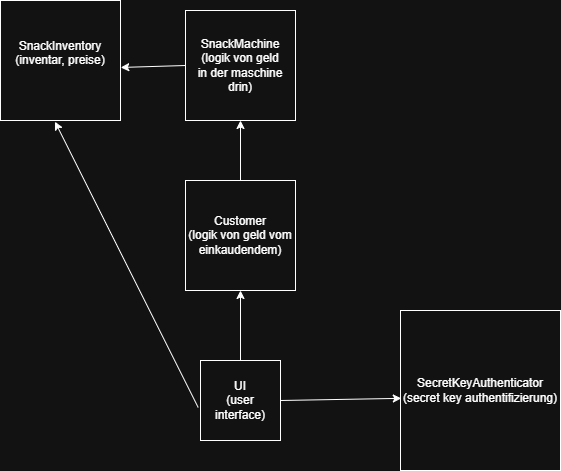
ny-julian-g/gruppe2_vendingmachine keeps this draw.io diagram as diagram.drawio (2).png. Above is the earlier version. Source tidied: cells renumbered, new cells last; positions are measured from the earlier drawing's top-left corner, leaving out a move shared by most shapes. Source of this version:
```xml
<mxGraphModel>
  <root>
    <mxCell id="0" />
    <mxCell id="1" parent="0" />
    <mxCell id="2" value="UI&lt;br&gt;(user interface)" style="whiteSpace=wrap;html=1;" parent="1" vertex="1">
      <mxGeometry x="200" y="360" width="80" height="80" as="geometry" />
    </mxCell>
    <mxCell id="3" value="SnackMachine&lt;br&gt;(logik von geld&lt;div&gt;in der maschine drin)&lt;/div&gt;" style="whiteSpace=wrap;html=1;" parent="1" vertex="1">
      <mxGeometry x="185" y="10" width="110" height="110" as="geometry" />
    </mxCell>
    <mxCell id="4" value="SnackInventory&lt;div&gt;(inventar, preise)&lt;br&gt;&lt;div&gt;&lt;br&gt;&lt;/div&gt;&lt;/div&gt;" style="whiteSpace=wrap;html=1;" parent="1" vertex="1">
      <mxGeometry width="120" height="120" as="geometry" />
    </mxCell>
    <mxCell id="5" value="SecretKeyAuthenticator&lt;div&gt;(secret key authentifizierung)&lt;/div&gt;" style="whiteSpace=wrap;html=1;" parent="1" vertex="1">
      <mxGeometry x="400" y="310" width="160" height="160" as="geometry" />
    </mxCell>
    <mxCell id="6" value="Customer&lt;div&gt;(logik von geld vom einkaudendem)&lt;/div&gt;" style="whiteSpace=wrap;html=1;" parent="1" vertex="1">
      <mxGeometry x="185" y="180" width="110" height="110" as="geometry" />
    </mxCell>
    <mxCell id="7" style="endArrow=classic;html=1;rounded=0;entryX=0.5;entryY=1;entryDx=0;entryDy=0;exitX=0.5;exitY=0;exitDx=0;exitDy=0;" parent="1" edge="1" source="2" target="6">
      <mxGeometry relative="1" as="geometry" />
    </mxCell>
    <mxCell id="8" style="endArrow=classic;html=1;rounded=0;exitX=0.5;exitY=0;exitDx=0;exitDy=0;entryX=0.5;entryY=1;entryDx=0;entryDy=0;" parent="1" edge="1" source="6" target="3">
      <mxGeometry relative="1" as="geometry" />
    </mxCell>
    <mxCell id="9" style="endArrow=classic;html=1;rounded=0;exitX=0;exitY=0.5;exitDx=0;exitDy=0;entryX=1.002;entryY=0.558;entryDx=0;entryDy=0;entryPerimeter=0;" parent="1" edge="1" source="3" target="4">
      <mxGeometry relative="1" as="geometry" />
    </mxCell>
    <mxCell id="10" style="endArrow=classic;html=1;rounded=0;exitX=1;exitY=0.5;exitDx=0;exitDy=0;entryX=0.005;entryY=0.549;entryDx=0;entryDy=0;entryPerimeter=0;" parent="1" edge="1" source="2" target="5">
      <mxGeometry relative="1" as="geometry" />
    </mxCell>
    <mxCell id="11" style="endArrow=classic;html=1;rounded=0;exitX=-0.029;exitY=0.587;exitDx=0;exitDy=0;exitPerimeter=0;entryX=0.454;entryY=1.01;entryDx=0;entryDy=0;entryPerimeter=0;" parent="1" edge="1" source="2" target="4">
      <mxGeometry relative="1" as="geometry" />
    </mxCell>
  </root>
</mxGraphModel>
```
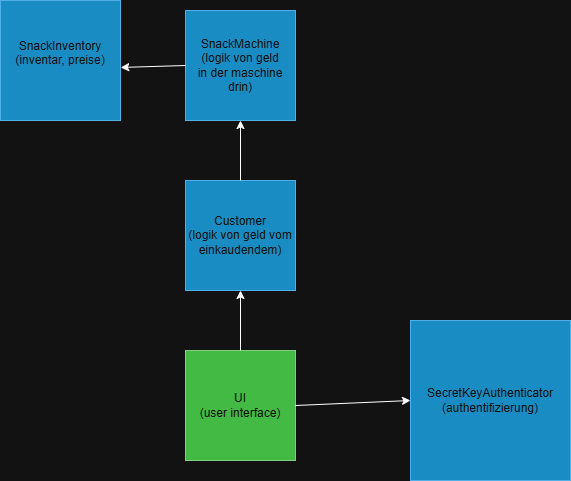
The same diagram one commit later.

Commit message:
update UML diagram

Change to the diagram source:
```diff
@@ -2,19 +2,19 @@
   <root>
     <mxCell id="0" />
     <mxCell id="1" parent="0" />
-    <mxCell id="2" value="UI&lt;br&gt;(user interface)" style="whiteSpace=wrap;html=1;" parent="1" vertex="1">
-      <mxGeometry x="200" y="360" width="80" height="80" as="geometry" />
+    <mxCell id="2" value="UI&lt;br&gt;(user interface)" style="whiteSpace=wrap;html=1;fillColor=#008a00;fontColor=#ffffff;strokeColor=#005700;" parent="1" vertex="1">
+      <mxGeometry x="185" y="350" width="110" height="110" as="geometry" />
     </mxCell>
-    <mxCell id="3" value="SnackMachine&lt;br&gt;(logik von geld&lt;div&gt;in der maschine drin)&lt;/div&gt;" style="whiteSpace=wrap;html=1;" parent="1" vertex="1">
+    <mxCell id="3" value="SnackMachine&lt;br&gt;(logik von geld&lt;div&gt;in der maschine drin)&lt;/div&gt;" style="whiteSpace=wrap;html=1;fillColor=#1ba1e2;fontColor=#ffffff;strokeColor=#006EAF;" parent="1" vertex="1">
       <mxGeometry x="185" y="10" width="110" height="110" as="geometry" />
     </mxCell>
-    <mxCell id="4" value="SnackInventory&lt;div&gt;(inventar, preise)&lt;br&gt;&lt;div&gt;&lt;br&gt;&lt;/div&gt;&lt;/div&gt;" style="whiteSpace=wrap;html=1;" parent="1" vertex="1">
+    <mxCell id="4" value="SnackInventory&lt;div&gt;(inventar, preise)&lt;br&gt;&lt;div&gt;&lt;br&gt;&lt;/div&gt;&lt;/div&gt;" style="whiteSpace=wrap;html=1;fillColor=#1ba1e2;fontColor=#ffffff;strokeColor=#006EAF;" parent="1" vertex="1">
       <mxGeometry width="120" height="120" as="geometry" />
     </mxCell>
-    <mxCell id="5" value="SecretKeyAuthenticator&lt;div&gt;(secret key authentifizierung)&lt;/div&gt;" style="whiteSpace=wrap;html=1;" parent="1" vertex="1">
-      <mxGeometry x="400" y="310" width="160" height="160" as="geometry" />
+    <mxCell id="5" value="SecretKeyAuthenticator&lt;div&gt;(authentifizierung)&lt;/div&gt;" style="whiteSpace=wrap;html=1;fillColor=#1ba1e2;fontColor=#ffffff;strokeColor=#006EAF;" parent="1" vertex="1">
+      <mxGeometry x="410" y="320" width="160" height="160" as="geometry" />
     </mxCell>
-    <mxCell id="6" value="Customer&lt;div&gt;(logik von geld vom einkaudendem)&lt;/div&gt;" style="whiteSpace=wrap;html=1;" parent="1" vertex="1">
+    <mxCell id="6" value="Customer&lt;div&gt;(logik von geld vom einkaudendem)&lt;/div&gt;" style="whiteSpace=wrap;html=1;fillColor=#1ba1e2;fontColor=#ffffff;strokeColor=#006EAF;" parent="1" vertex="1">
       <mxGeometry x="185" y="180" width="110" height="110" as="geometry" />
     </mxCell>
     <mxCell id="7" style="endArrow=classic;html=1;rounded=0;entryX=0.5;entryY=1;entryDx=0;entryDy=0;exitX=0.5;exitY=0;exitDx=0;exitDy=0;" parent="1" edge="1" source="2" target="6">
@@ -26,11 +26,8 @@
     <mxCell id="9" style="endArrow=classic;html=1;rounded=0;exitX=0;exitY=0.5;exitDx=0;exitDy=0;entryX=1.002;entryY=0.558;entryDx=0;entryDy=0;entryPerimeter=0;" parent="1" edge="1" source="3" target="4">
       <mxGeometry relative="1" as="geometry" />
     </mxCell>
-    <mxCell id="10" style="endArrow=classic;html=1;rounded=0;exitX=1;exitY=0.5;exitDx=0;exitDy=0;entryX=0.005;entryY=0.549;entryDx=0;entryDy=0;entryPerimeter=0;" parent="1" edge="1" source="2" target="5">
+    <mxCell id="10" style="endArrow=classic;html=1;rounded=0;exitX=1;exitY=0.5;exitDx=0;exitDy=0;entryX=0;entryY=0.5;entryDx=0;entryDy=0;" parent="1" edge="1" source="2" target="5">
       <mxGeometry relative="1" as="geometry" />
     </mxCell>
-    <mxCell id="11" style="endArrow=classic;html=1;rounded=0;exitX=-0.029;exitY=0.587;exitDx=0;exitDy=0;exitPerimeter=0;entryX=0.454;entryY=1.01;entryDx=0;entryDy=0;entryPerimeter=0;" parent="1" edge="1" source="2" target="4">
-      <mxGeometry relative="1" as="geometry" />
-    </mxCell>
   </root>
 </mxGraphModel>
```
